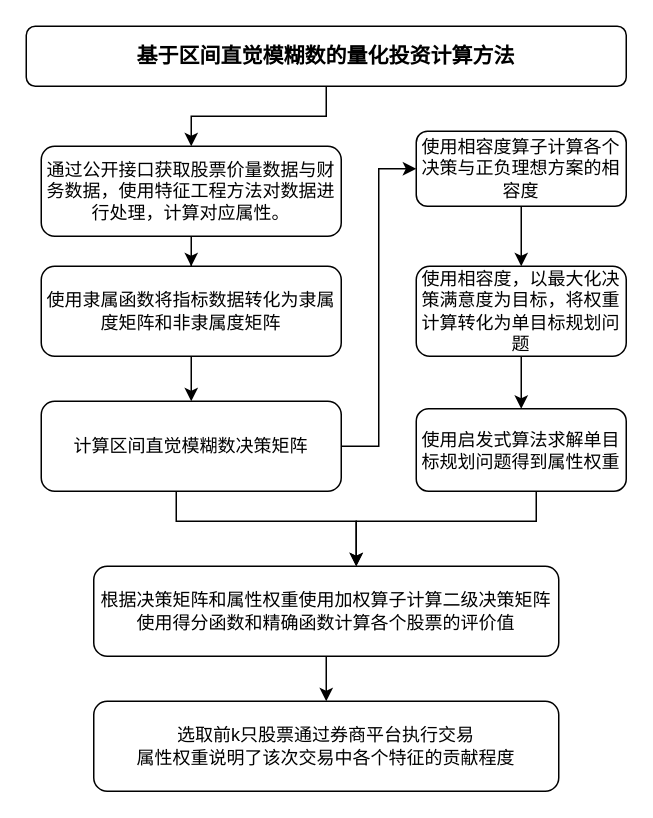
Earlier version of the draw.io diagram zl1.drawio (wwm-yingz/DrawPic). Source tidied: cells renumbered, new cells numbered last; positions are measured from the earlier drawing's top-left corner, leaving out a move shared by most shapes. Both pictures are drawn from the tidied source at 150%, with x=0, y=0 at pixel (26, 26).
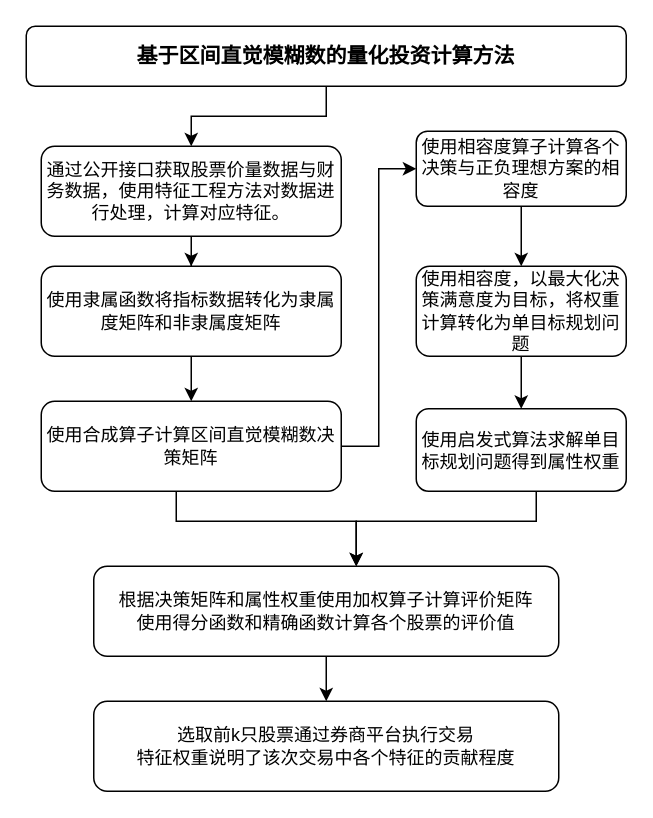
The same page after the edit.

What changed in the source:
```diff
@@
-    <mxCell id="5" value="通过公开接口获取股票价量数据与财务数据，使用特征工程方法对数据进行处理，计算对应属性。" style="rounded=1;whiteSpace=wrap;html=1;" parent="1" vertex="1">
+    <mxCell id="5" value="通过公开接口获取股票价量数据与财务数据，使用特征工程方法对数据进行处理，计算对应特征。" style="rounded=1;whiteSpace=wrap;html=1;" parent="1" vertex="1">
       <mxGeometry x="10" y="80" width="200" height="60" as="geometry" />
     </mxCell>
@@
-    <mxCell id="10" value="计算区间直觉模糊数决策矩阵" style="rounded=1;whiteSpace=wrap;html=1;" parent="1" vertex="1">
+    <mxCell id="10" value="使用合成算子计算区间直觉模糊数决策矩阵" style="rounded=1;whiteSpace=wrap;html=1;" parent="1" vertex="1">
       <mxGeometry x="10" y="250" width="200" height="60" as="geometry" />
     </mxCell>
@@
-    <mxCell id="18" value="根据决策矩阵和属性权重使用加权算子计算二级决策矩阵&lt;br&gt;使用得分函数和精确函数计算各个股票的评价值" style="rounded=1;whiteSpace=wrap;html=1;" parent="1" vertex="1">
+    <mxCell id="18" value="根据决策矩阵和属性权重使用加权算子计算评价矩阵&lt;br&gt;使用得分函数和精确函数计算各个股票的评价值" style="rounded=1;whiteSpace=wrap;html=1;" parent="1" vertex="1">
       <mxGeometry x="45" y="360" width="310" height="60" as="geometry" />
     </mxCell>
@@
-    <mxCell id="20" value="&lt;span&gt;选取前k只股票通过券商平台执行交易&lt;br&gt;属性权重说明了该次交易中各个特征的贡献程度&lt;/span&gt;" style="rounded=1;whiteSpace=wrap;html=1;" parent="1" vertex="1">
+    <mxCell id="20" value="&lt;span&gt;选取前k只股票通过券商平台执行交易&lt;br&gt;特征权重说明了该次交易中各个特征的贡献程度&lt;/span&gt;" style="rounded=1;whiteSpace=wrap;html=1;" parent="1" vertex="1">
       <mxGeometry x="45" y="450" width="310" height="60" as="geometry" />
     </mxCell>
```
